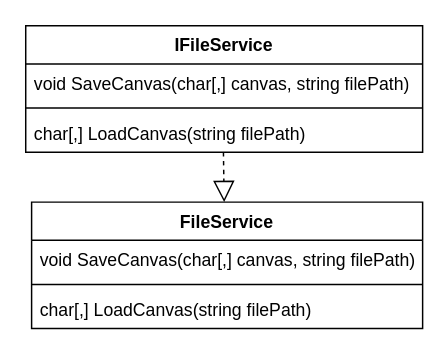
Above: shemas/FileService.drawio in panigirik/OOP (draw.io), before the change. Source tidied: cells renumbered, new cells numbered last; positions are measured from the earlier drawing's top-left corner, leaving out a move shared by most shapes. Both pictures are drawn from the tidied source at 147%, with x=0, y=0 at pixel (25, 25).
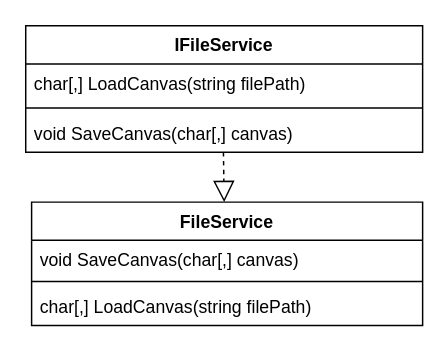
Above is the later version.

Change to the diagram source:
```diff
@@
 <mxGraphModel>
   <root>
     <mxCell id="0" />
     <mxCell id="1" parent="0" />
     <mxCell id="2" value="FileService" style="swimlane;fontStyle=1;align=center;verticalAlign=top;horizontal=1;startSize=26;whiteSpace=wrap;html=1;" parent="1" vertex="1">
-      <mxGeometry x="4" y="120" width="266" height="86" as="geometry" />
+      <mxGeometry x="4" y="120" width="266" height="84" as="geometry" />
     </mxCell>
-    <mxCell id="3" value="void SaveCanvas(char[,] canvas, string filePath)" style="text;strokeColor=none;fillColor=none;align=left;verticalAlign=top;spacingLeft=4;spacingRight=4;overflow=hidden;whiteSpace=wrap;html=1;" parent="2" vertex="1">
-      <mxGeometry y="26" width="266" height="26" as="geometry" />
+    <mxCell id="3" value="void SaveCanvas(char[,] canvas)" style="text;strokeColor=none;fillColor=none;align=left;verticalAlign=top;spacingLeft=4;spacingRight=4;overflow=hidden;whiteSpace=wrap;html=1;" parent="2" vertex="1">
+      <mxGeometry y="26" width="266" height="24" as="geometry" />
     </mxCell>
     <mxCell id="4" style="line;strokeWidth=1;fillColor=none;align=left;verticalAlign=middle;spacingTop=-1;spacingLeft=3;spacingRight=3;labelPosition=right;strokeColor=inherit;" parent="2" vertex="1">
-      <mxGeometry y="52" width="266" height="8" as="geometry" />
+      <mxGeometry y="50" width="266" height="8" as="geometry" />
     </mxCell>
     <mxCell id="5" value="char[,] LoadCanvas(string filePath)" style="text;strokeColor=none;fillColor=none;align=left;verticalAlign=top;spacingLeft=4;spacingRight=4;overflow=hidden;whiteSpace=wrap;html=1;" parent="2" vertex="1">
-      <mxGeometry y="60" width="266" height="26" as="geometry" />
+      <mxGeometry y="58" width="266" height="26" as="geometry" />
     </mxCell>
     <mxCell id="6" value="IFileService" style="swimlane;fontStyle=1;align=center;verticalAlign=top;horizontal=1;startSize=26;whiteSpace=wrap;html=1;" parent="1" vertex="1">
       <mxGeometry width="270" height="86" as="geometry" />
     </mxCell>
-    <mxCell id="7" value="void SaveCanvas(char[,] canvas, string filePath)" style="text;strokeColor=none;fillColor=none;align=left;verticalAlign=top;spacingLeft=4;spacingRight=4;overflow=hidden;whiteSpace=wrap;html=1;" parent="6" vertex="1">
+    <mxCell id="7" value="char[,] LoadCanvas(string filePath)" style="text;strokeColor=none;fillColor=none;align=left;verticalAlign=top;spacingLeft=4;spacingRight=4;overflow=hidden;whiteSpace=wrap;html=1;" parent="6" vertex="1">
       <mxGeometry y="26" width="270" height="26" as="geometry" />
     </mxCell>
     <mxCell id="8" style="line;strokeWidth=1;fillColor=none;align=left;verticalAlign=middle;spacingTop=-1;spacingLeft=3;spacingRight=3;labelPosition=right;strokeColor=inherit;" parent="6" vertex="1">
       <mxGeometry y="52" width="270" height="8" as="geometry" />
     </mxCell>
-    <mxCell id="9" value="char[,] LoadCanvas(string filePath)" style="text;strokeColor=none;fillColor=none;align=left;verticalAlign=top;spacingLeft=4;spacingRight=4;overflow=hidden;whiteSpace=wrap;html=1;" parent="6" vertex="1">
+    <mxCell id="9" value="void SaveCanvas(char[,] canvas)" style="text;strokeColor=none;fillColor=none;align=left;verticalAlign=top;spacingLeft=4;spacingRight=4;overflow=hidden;whiteSpace=wrap;html=1;" parent="6" vertex="1">
       <mxGeometry y="60" width="270" height="26" as="geometry" />
     </mxCell>
     <mxCell id="10" style="endArrow=block;dashed=1;endFill=0;endSize=12;html=1;rounded=0;" parent="1" edge="1">
       <mxGeometry relative="1" as="geometry">
         <mxPoint x="134.5" y="86" as="sourcePoint" />
         <mxPoint x="135" y="120" as="targetPoint" />
       </mxGeometry>
     </mxCell>
   </root>
 </mxGraphModel>
```
